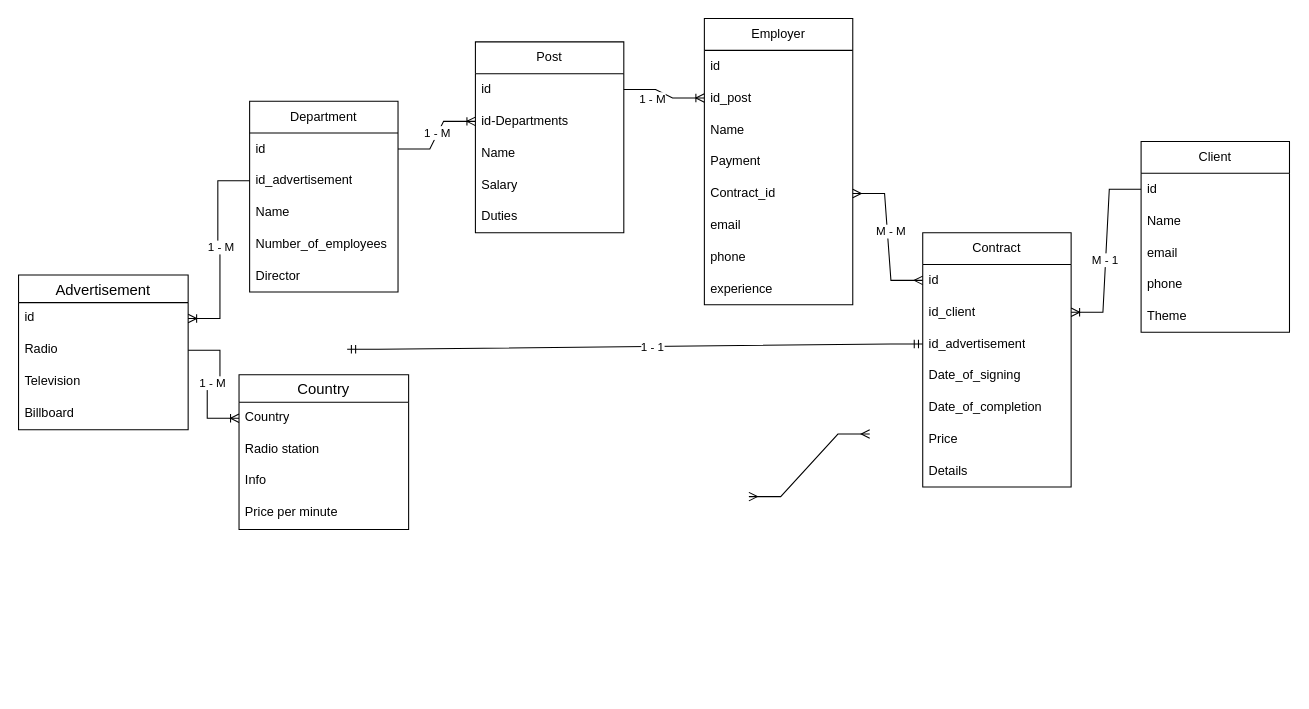
The draw.io diagram Рекламное агентство.drawio in Aazmandiuc/DataBases, before the edit. Source tidied: cells renumbered, new cells numbered last; positions are measured from the earlier drawing's top-left corner, leaving out a move shared by most shapes. Both pictures are drawn from the tidied source at 106%, with x=0, y=0 at pixel (18, 18).
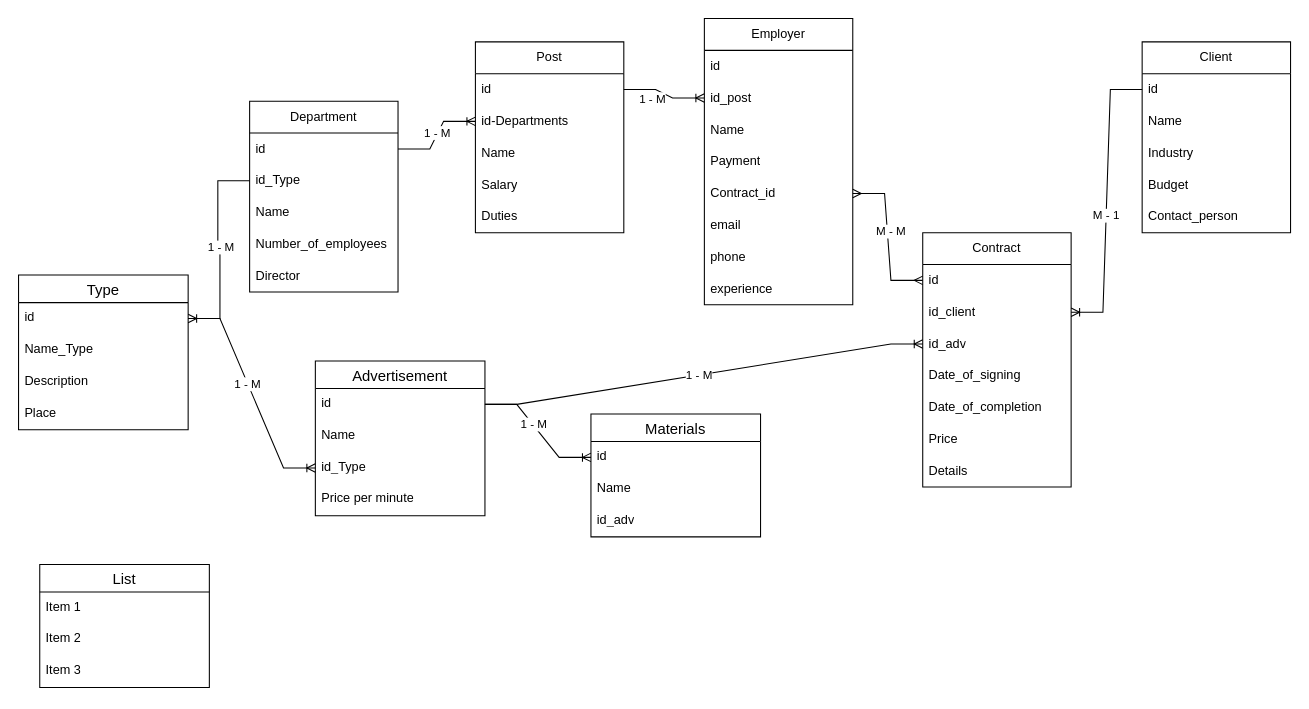
After the change.

Unchanged cells that the change refers to:
```xml
<mxCell id="8" value="Department" style="swimlane;fontStyle=0;horizontal=1;startSize=30;whiteSpace=wrap;html=1;rounded=0;swimlaneLine=1;glass=0;shadow=0;noLabel=0;direction=east;fixDash=0;absoluteArcSize=0;" parent="1" vertex="1">
  <mxGeometry x="218" y="78" width="140" height="180" as="geometry" />
</mxCell>
<mxCell id="14" value="Contract" style="swimlane;fontStyle=0;horizontal=1;startSize=30;whiteSpace=wrap;html=1;" parent="1" vertex="1">
  <mxGeometry x="853" y="202" width="140" height="240" as="geometry" />
</mxCell>
<mxCell id="48" value="id" style="text;strokeColor=none;fillColor=none;spacingLeft=4;spacingRight=4;overflow=hidden;points=[[0,0.5],[1,0.5]];portConstraint=eastwest;fontSize=12;whiteSpace=wrap;html=1;" parent="47" vertex="1">
  <mxGeometry y="26" width="160" height="30" as="geometry" />
</mxCell>
```

Diff of the diagram source:
```diff
@@
-    <mxCell id="10" value="id_advertisement" style="text;strokeColor=none;fillColor=none;align=left;verticalAlign=middle;spacingLeft=4;spacingRight=4;overflow=hidden;points=[[0,0.5],[1,0.5]];portConstraint=eastwest;whiteSpace=wrap;html=1;" parent="8" vertex="1">
+    <mxCell id="10" value="id_Type" style="text;strokeColor=none;fillColor=none;align=left;verticalAlign=middle;spacingLeft=4;spacingRight=4;overflow=hidden;points=[[0,0.5],[1,0.5]];portConstraint=eastwest;whiteSpace=wrap;html=1;" parent="8" vertex="1">
       <mxGeometry y="60" width="140" height="30" as="geometry" />
     </mxCell>
@@
-    <mxCell id="17" value="id_advertisement" style="text;strokeColor=none;fillColor=none;align=left;verticalAlign=middle;spacingLeft=4;spacingRight=4;overflow=hidden;points=[[0,0.5],[1,0.5]];portConstraint=eastwest;whiteSpace=wrap;html=1;" parent="14" vertex="1">
+    <mxCell id="17" value="id_adv" style="text;strokeColor=none;fillColor=none;align=left;verticalAlign=middle;spacingLeft=4;spacingRight=4;overflow=hidden;points=[[0,0.5],[1,0.5]];portConstraint=eastwest;whiteSpace=wrap;html=1;" parent="14" vertex="1">
       <mxGeometry y="90" width="140" height="30" as="geometry" />
     </mxCell>
@@
     <mxCell id="22" value="Client" style="swimlane;fontStyle=0;horizontal=1;startSize=30;whiteSpace=wrap;html=1;rounded=0;swimlaneLine=1;glass=0;shadow=0;noLabel=0;direction=east;fixDash=0;absoluteArcSize=0;" parent="1" vertex="1">
-      <mxGeometry x="1059" y="116" width="140" height="180" as="geometry" />
+      <mxGeometry x="1060" y="22" width="140" height="180" as="geometry" />
     </mxCell>
@@
-    <mxCell id="25" value="email" style="text;strokeColor=none;fillColor=none;align=left;verticalAlign=middle;spacingLeft=4;spacingRight=4;overflow=hidden;whiteSpace=wrap;html=1;" parent="22" vertex="1">
+    <mxCell id="25" value="Industry" style="text;strokeColor=none;fillColor=none;align=left;verticalAlign=middle;spacingLeft=4;spacingRight=4;overflow=hidden;whiteSpace=wrap;html=1;" parent="22" vertex="1">
       <mxGeometry y="90" width="140" height="30" as="geometry" />
     </mxCell>
-    <mxCell id="26" value="phone" style="text;strokeColor=none;fillColor=none;align=left;verticalAlign=middle;spacingLeft=4;spacingRight=4;overflow=hidden;whiteSpace=wrap;html=1;" parent="22" vertex="1">
+    <mxCell id="26" value="Budget" style="text;strokeColor=none;fillColor=none;align=left;verticalAlign=middle;spacingLeft=4;spacingRight=4;overflow=hidden;whiteSpace=wrap;html=1;" parent="22" vertex="1">
       <mxGeometry y="120" width="140" height="30" as="geometry" />
     </mxCell>
-    <mxCell id="27" value="Theme" style="text;strokeColor=none;fillColor=none;align=left;verticalAlign=middle;spacingLeft=4;spacingRight=4;overflow=hidden;whiteSpace=wrap;html=1;" parent="22" vertex="1">
+    <mxCell id="27" value="Contact_person" style="text;strokeColor=none;fillColor=none;align=left;verticalAlign=middle;spacingLeft=4;spacingRight=4;overflow=hidden;whiteSpace=wrap;html=1;" parent="22" vertex="1">
       <mxGeometry y="150" width="140" height="30" as="geometry" />
     </mxCell>
@@
-    <mxCell id="47" value="Advertisement" style="swimlane;fontStyle=0;horizontal=1;startSize=26;align=center;fontSize=14;" parent="1" vertex="1">
+    <mxCell id="47" value="Type" style="swimlane;fontStyle=0;horizontal=1;startSize=26;align=center;fontSize=14;" parent="1" vertex="1">
       <mxGeometry y="242" width="160" height="146" as="geometry" />
     </mxCell>
@@
-    <mxCell id="49" value="Radio" style="text;strokeColor=none;fillColor=none;spacingLeft=4;spacingRight=4;overflow=hidden;points=[[0,0.5],[1,0.5]];portConstraint=eastwest;fontSize=12;whiteSpace=wrap;html=1;" parent="47" vertex="1">
-      <mxGeometry y="56" width="160" height="30" as="geometry" />
-    </mxCell>
-    <mxCell id="50" value="Television" style="text;strokeColor=none;fillColor=none;spacingLeft=4;spacingRight=4;overflow=hidden;fontSize=12;whiteSpace=wrap;html=1;" parent="47" vertex="1">
-      <mxGeometry y="86" width="160" height="30" as="geometry" />
-    </mxCell>
-    <mxCell id="51" value="Billboard" style="text;strokeColor=none;fillColor=none;spacingLeft=4;spacingRight=4;overflow=hidden;fontSize=12;whiteSpace=wrap;html=1;" parent="47" vertex="1">
-      <mxGeometry y="116" width="160" height="30" as="geometry" />
+    <mxCell id="51" value="Name_Type" style="text;strokeColor=none;fillColor=none;spacingLeft=4;spacingRight=4;overflow=hidden;fontSize=12;whiteSpace=wrap;html=1;" parent="47" vertex="1">
+      <mxGeometry y="56" width="160" height="30" as="geometry" />
     </mxCell>
+    <mxCell id="62" value="Description" style="text;strokeColor=none;fillColor=none;spacingLeft=4;spacingRight=4;overflow=hidden;fontSize=12;whiteSpace=wrap;html=1;" parent="47" vertex="1">
+      <mxGeometry y="86" width="160" height="30" as="geometry" />
+    </mxCell>
+    <mxCell id="63" value="Place" style="text;strokeColor=none;fillColor=none;spacingLeft=4;spacingRight=4;overflow=hidden;fontSize=12;whiteSpace=wrap;html=1;" parent="47" vertex="1">
+      <mxGeometry y="116" width="160" height="30" as="geometry" />
+    </mxCell>
-    <mxCell id="52" value="Country" style="swimlane;fontStyle=0;horizontal=1;startSize=26;align=center;fontSize=14;" parent="1" vertex="1">
-      <mxGeometry x="208" y="336" width="160" height="146" as="geometry" />
+    <mxCell id="52" value="Advertisement" style="swimlane;fontStyle=0;horizontal=1;startSize=26;align=center;fontSize=14;" parent="1" vertex="1">
+      <mxGeometry x="280" y="323" width="160" height="146" as="geometry" />
     </mxCell>
-    <mxCell id="53" value="Country" style="text;strokeColor=none;fillColor=none;spacingLeft=4;spacingRight=4;overflow=hidden;points=[[0,0.5],[1,0.5]];portConstraint=eastwest;fontSize=12;whiteSpace=wrap;html=1;" parent="52" vertex="1">
-      <mxGeometry y="26" width="160" height="30" as="geometry" />
-    </mxCell>
-    <mxCell id="54" value="Radio station" style="text;strokeColor=none;fillColor=none;spacingLeft=4;spacingRight=4;overflow=hidden;points=[[0,0.5],[1,0.5]];portConstraint=eastwest;fontSize=12;whiteSpace=wrap;html=1;" parent="52" vertex="1">
-      <mxGeometry y="56" width="160" height="30" as="geometry" />
+    <mxCell id="54" value="id" style="text;strokeColor=none;fillColor=none;spacingLeft=4;spacingRight=4;overflow=hidden;points=[[0,0.5],[1,0.5]];portConstraint=eastwest;fontSize=12;whiteSpace=wrap;html=1;" parent="52" vertex="1">
+      <mxGeometry y="26" width="160" height="30" as="geometry" />
     </mxCell>
-    <mxCell id="55" value="Info" style="text;strokeColor=none;fillColor=none;spacingLeft=4;spacingRight=4;overflow=hidden;fontSize=12;whiteSpace=wrap;html=1;" parent="52" vertex="1">
-      <mxGeometry y="86" width="160" height="30" as="geometry" />
+    <mxCell id="55" value="Name" style="text;strokeColor=none;fillColor=none;spacingLeft=4;spacingRight=4;overflow=hidden;fontSize=12;whiteSpace=wrap;html=1;" parent="52" vertex="1">
+      <mxGeometry y="56" width="160" height="30" as="geometry" />
     </mxCell>
+    <mxCell id="53" value="id_Type" style="text;strokeColor=none;fillColor=none;spacingLeft=4;spacingRight=4;overflow=hidden;points=[[0,0.5],[1,0.5]];portConstraint=eastwest;fontSize=12;whiteSpace=wrap;html=1;" parent="52" vertex="1">
+      <mxGeometry y="86" width="160" height="30" as="geometry" />
+    </mxCell>
@@
-    <mxCell id="57" style="edgeStyle=entityRelationEdgeStyle;fontSize=12;html=1;endArrow=ERmany;startArrow=ERmany;rounded=0;" parent="1" edge="1">
-      <mxGeometry relative="1" as="geometry">
-        <mxPoint x="689" y="451" as="sourcePoint" />
-        <mxPoint x="803" y="392" as="targetPoint" />
-        <Array as="points">
-          <mxPoint x="747" y="570" />
-          <mxPoint x="726" y="455" />
-          <mxPoint x="684" y="564" />
-          <mxPoint x="721" y="562" />
-          <mxPoint x="676" y="394" />
-        </Array>
-      </mxGeometry>
-    </mxCell>
-    <mxCell id="58" style="edgeStyle=entityRelationEdgeStyle;fontSize=12;html=1;endArrow=ERmandOne;startArrow=ERmandOne;rounded=0;entryX=0;entryY=0.5;entryDx=0;entryDy=0;" parent="1" edge="1" target="17">
-      <mxGeometry relative="1" as="geometry">
-        <mxPoint x="310" y="312" as="sourcePoint" />
-        <Array as="points">
-          <mxPoint x="509" y="268" />
-          <mxPoint x="509" y="263" />
-        </Array>
-      </mxGeometry>
-    </mxCell>
-    <mxCell id="59" value="1 - 1" style="edgeLabel;html=1;align=center;verticalAlign=middle;" parent="58" vertex="1">
-      <mxGeometry x="0.06" relative="1" as="geometry" />
-    </mxCell>
-    <mxCell id="60" style="edgeStyle=entityRelationEdgeStyle;fontSize=12;html=1;endArrow=ERoneToMany;rounded=0;exitX=1;exitY=0.5;exitDx=0;exitDy=0;entryX=0;entryY=0.5;entryDx=0;entryDy=0;" parent="1" edge="1" source="49" target="53">
+    <mxCell id="60" style="edgeStyle=entityRelationEdgeStyle;fontSize=12;html=1;endArrow=ERoneToMany;rounded=0;exitX=1;exitY=0.5;exitDx=0;exitDy=0;entryX=0;entryY=0.5;entryDx=0;entryDy=0;" parent="1" edge="1" source="48" target="53">
       <mxGeometry relative="1" as="geometry">
         <Array as="points">
           <mxPoint x="221" y="436" />
+          <mxPoint x="160" y="343" />
+          <mxPoint x="242" y="317" />
           <mxPoint x="202" y="447" />
+          <mxPoint x="533" y="347" />
         </Array>
       </mxGeometry>
     </mxCell>
@@
+    <mxCell id="64" style="edgeStyle=entityRelationEdgeStyle;fontSize=12;html=1;endArrow=ERoneToMany;rounded=0;exitX=1;exitY=0.5;exitDx=0;exitDy=0;entryX=0;entryY=0.5;entryDx=0;entryDy=0;" parent="1" edge="1" source="54" target="17">
+      <mxGeometry relative="1" as="geometry">
+        <Array as="points">
+          <mxPoint x="703" y="442" />
+          <mxPoint x="642" y="349" />
+          <mxPoint x="724" y="323" />
+          <mxPoint x="684" y="453" />
+          <mxPoint x="1015" y="353" />
+        </Array>
+      </mxGeometry>
+    </mxCell>
+    <mxCell id="65" value="1 - М" style="edgeLabel;html=1;align=center;verticalAlign=middle;" parent="64" vertex="1">
+      <mxGeometry x="-0.04" y="2" relative="1" as="geometry">
+        <mxPoint x="4" y="2" as="offset" />
+      </mxGeometry>
+    </mxCell>
+    <mxCell id="66" style="edgeStyle=entityRelationEdgeStyle;fontSize=12;html=1;endArrow=ERoneToMany;rounded=0;exitX=1;exitY=0.5;exitDx=0;exitDy=0;entryX=0;entryY=0.5;entryDx=0;entryDy=0;" parent="1" edge="1" source="54" target="69">
+      <mxGeometry relative="1" as="geometry">
+        <Array as="points">
+          <mxPoint x="541" y="556" />
+          <mxPoint x="920" y="553" />
+          <mxPoint x="480" y="463" />
+          <mxPoint x="562" y="437" />
+          <mxPoint x="522" y="567" />
+          <mxPoint x="853" y="467" />
+        </Array>
+      </mxGeometry>
+    </mxCell>
+    <mxCell id="67" value="1 - М" style="edgeLabel;html=1;align=center;verticalAlign=middle;" parent="66" vertex="1">
+      <mxGeometry x="-0.04" y="2" relative="1" as="geometry">
+        <mxPoint x="-5" y="-4" as="offset" />
+      </mxGeometry>
+    </mxCell>
+    <mxCell id="68" value="Materials" style="swimlane;fontStyle=0;horizontal=1;startSize=26;align=center;fontSize=14;" parent="1" vertex="1">
+      <mxGeometry x="540" y="373" width="160" height="116" as="geometry" />
+    </mxCell>
+    <mxCell id="69" value="id" style="text;strokeColor=none;fillColor=none;spacingLeft=4;spacingRight=4;overflow=hidden;points=[[0,0.5],[1,0.5]];portConstraint=eastwest;fontSize=12;whiteSpace=wrap;html=1;" parent="68" vertex="1">
+      <mxGeometry y="26" width="160" height="30" as="geometry" />
+    </mxCell>
+    <mxCell id="70" value="Name" style="text;strokeColor=none;fillColor=none;spacingLeft=4;spacingRight=4;overflow=hidden;fontSize=12;whiteSpace=wrap;html=1;" parent="68" vertex="1">
+      <mxGeometry y="56" width="160" height="30" as="geometry" />
+    </mxCell>
+    <mxCell id="71" value="id_adv" style="text;strokeColor=none;fillColor=none;spacingLeft=4;spacingRight=4;overflow=hidden;fontSize=12;whiteSpace=wrap;html=1;" parent="68" vertex="1">
+      <mxGeometry y="86" width="160" height="30" as="geometry" />
+    </mxCell>
+    <mxCell id="72" value="List" style="swimlane;fontStyle=0;horizontal=1;startSize=26;align=center;fontSize=14;" parent="1" vertex="1">
+      <mxGeometry x="20" y="515" width="160" height="116" as="geometry" />
+    </mxCell>
+    <mxCell id="73" value="Item 1" style="text;strokeColor=none;fillColor=none;spacingLeft=4;spacingRight=4;overflow=hidden;fontSize=12;whiteSpace=wrap;html=1;" parent="72" vertex="1">
+      <mxGeometry y="26" width="160" height="30" as="geometry" />
+    </mxCell>
+    <mxCell id="74" value="Item 2" style="text;strokeColor=none;fillColor=none;spacingLeft=4;spacingRight=4;overflow=hidden;fontSize=12;whiteSpace=wrap;html=1;" parent="72" vertex="1">
+      <mxGeometry y="56" width="160" height="30" as="geometry" />
+    </mxCell>
+    <mxCell id="75" value="Item 3" style="text;strokeColor=none;fillColor=none;spacingLeft=4;spacingRight=4;overflow=hidden;fontSize=12;whiteSpace=wrap;html=1;" parent="72" vertex="1">
+      <mxGeometry y="86" width="160" height="30" as="geometry" />
+    </mxCell>
```
